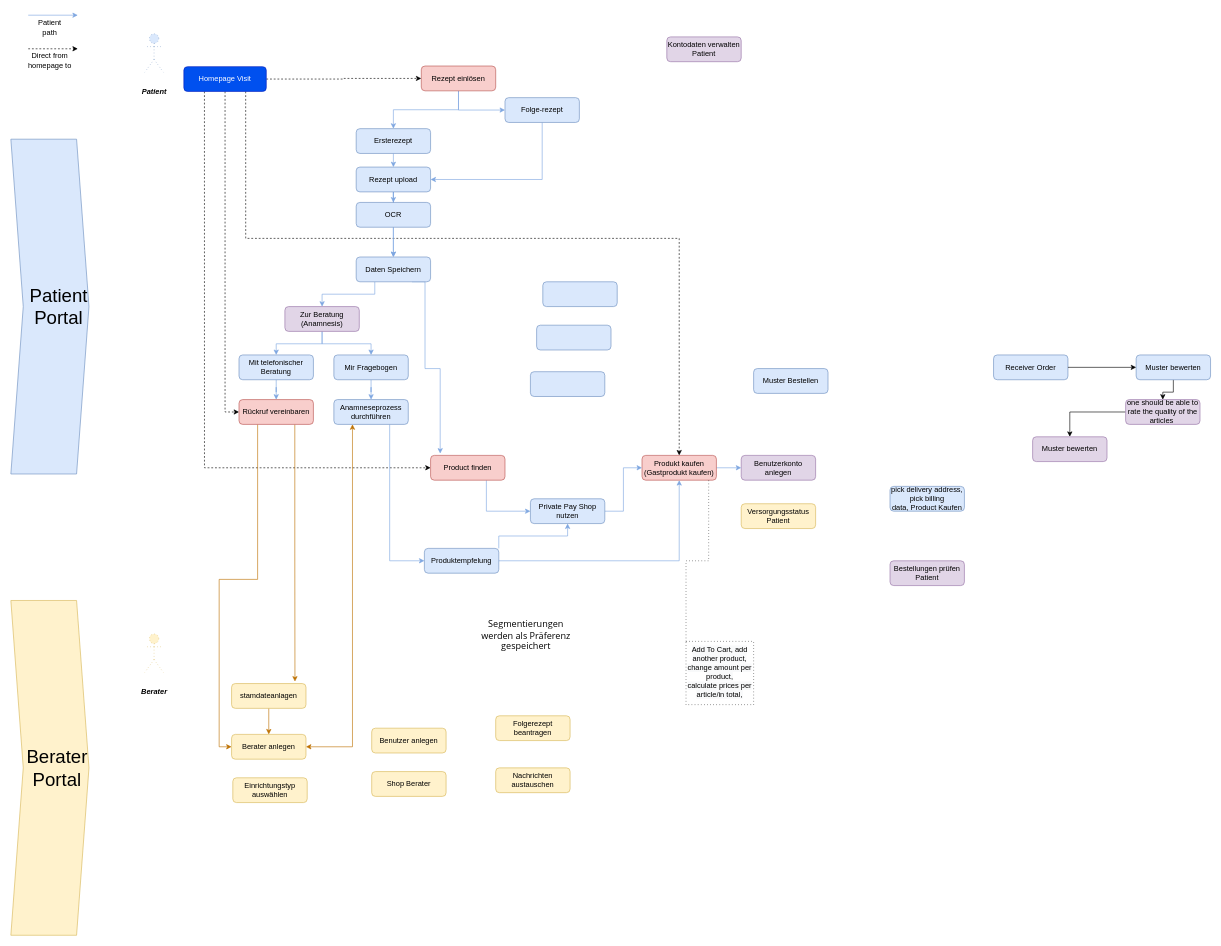
This is page "Overview" (1 of 6) of Untitled Diagram.drawio from Fredabb/MediMark-roadmap, a draw.io file, before an edit. Source tidied: cells renumbered, new cells numbered last; positions are measured from the earlier drawing's top-left corner, leaving out a move shared by most shapes. Both pictures are drawn from the tidied source at 62%, with x=0, y=0 at pixel (11, 15).
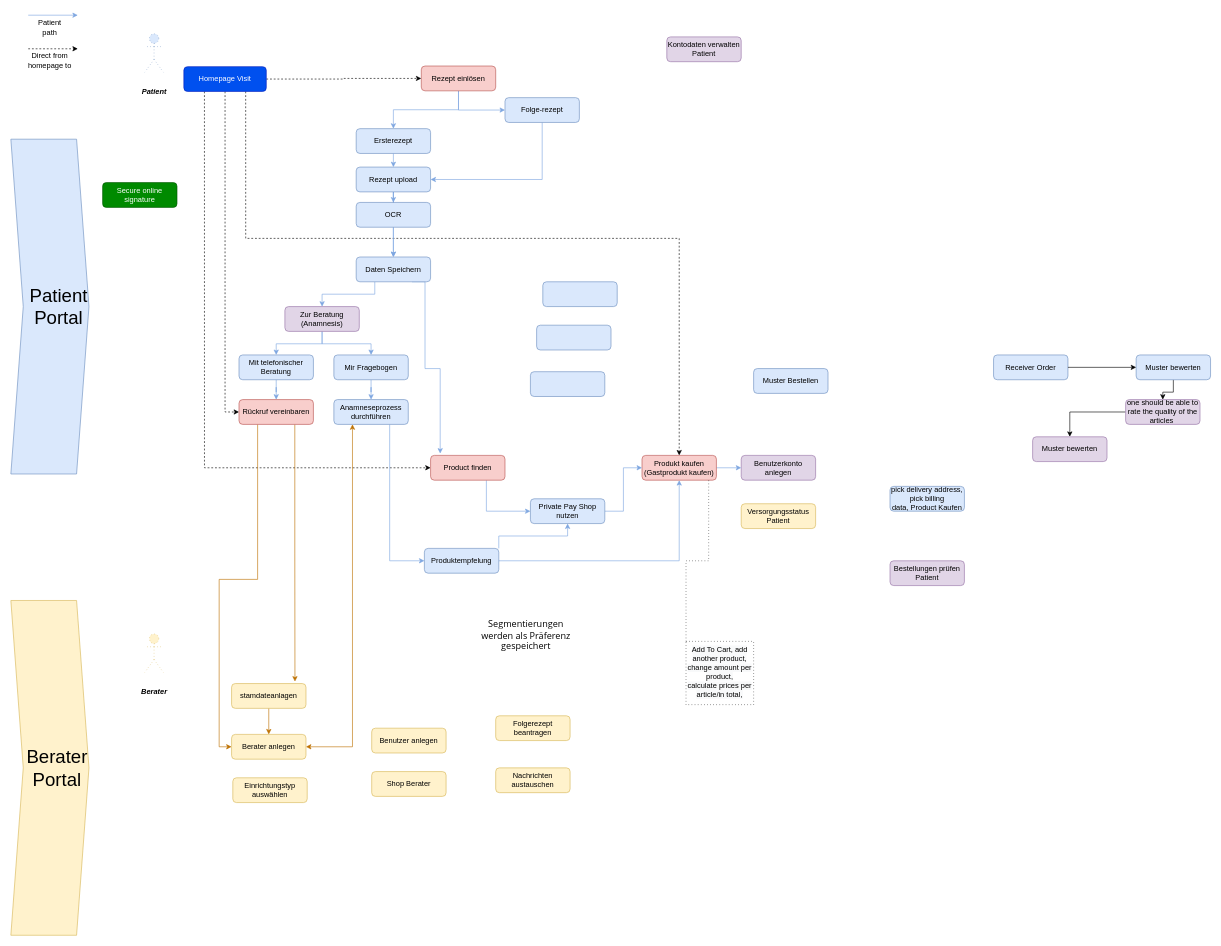
The same diagram, later.

What changed in the source:
```diff
@@
+    <mxCell id="79" value="Secure online signature" style="rounded=1;whiteSpace=wrap;html=1;fontSize=12;glass=0;strokeWidth=1;shadow=0;fillColor=#008a00;strokeColor=#005700;fontColor=#ffffff;" parent="1" vertex="1">
+      <mxGeometry x="148" y="270" width="120" height="40" as="geometry" />
+    </mxCell>
```
